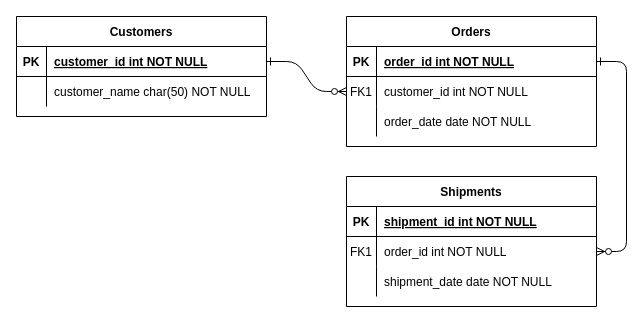
Before: 名称未設定ファイル.drawio in g-murata/gurume_map, a draw.io diagram. Source tidied: cells renumbered, new cells numbered last; positions are measured from the earlier drawing's top-left corner, leaving out a move shared by most shapes. Both pictures are drawn from the tidied source at 100%, with x=0, y=0 at pixel (16, 16).
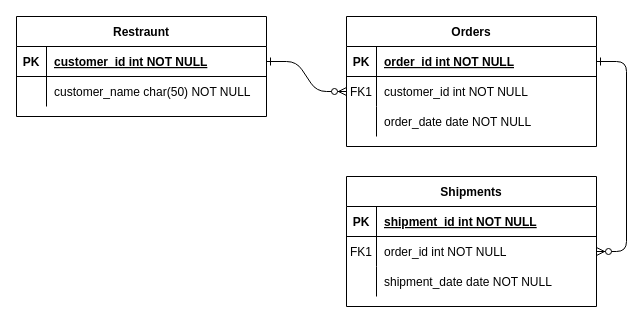
Above is the later version.

Diff of the diagram source:
```diff
@@
-    <mxCell id="24" value="Customers" style="shape=table;startSize=30;childLayout=tableLayout;rowLines=0;fontStyle=1;align=center;" parent="1" vertex="1">
+    <mxCell id="24" value="Restraunt" style="shape=table;startSize=30;childLayout=tableLayout;rowLines=0;fontStyle=1;align=center;" parent="1" vertex="1">
       <mxGeometry width="250" height="100" as="geometry" />
     </mxCell>
```
